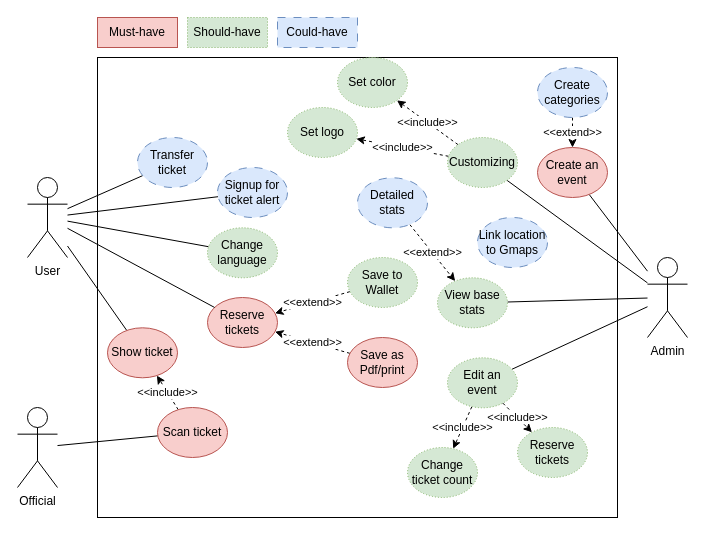
Above: page "Use Cases" (1 of 2) of doc/GatePass.drawio in Ic3Fighter/gatepass (draw.io), before the change. Source tidied: cells renumbered, new cells numbered last; positions are measured from the earlier drawing's top-left corner, leaving out a move shared by most shapes. Both pictures are drawn from the tidied source at 100%, with x=0, y=0 at pixel (17, 17).
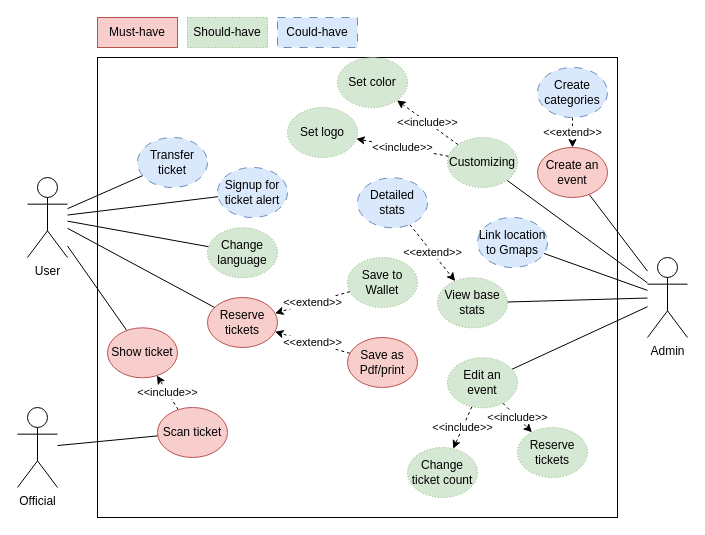
The same page after the edit.

The change refers to these unchanged cells:
```xml
<mxCell id="5" value="Admin" style="shape=umlActor;verticalLabelPosition=bottom;verticalAlign=top;html=1;outlineConnect=0;" parent="1" vertex="1">
  <mxGeometry x="630" y="240" width="40" height="80" as="geometry" />
</mxCell>
<mxCell id="46" value="Link location to Gmaps" style="ellipse;whiteSpace=wrap;html=1;fillColor=#dae8fc;strokeColor=#6c8ebf;dashed=1;dashPattern=8 8;" parent="1" vertex="1">
  <mxGeometry x="460" y="200" width="70" height="50" as="geometry" />
</mxCell>
```

What changed in the source:
```diff
@@
+    <mxCell id="47" style="rounded=0;jettySize=auto;html=1;endArrow=none;endFill=0;" parent="1" edge="1" source="46" target="5">
+      <mxGeometry relative="1" as="geometry" />
+    </mxCell>
```
